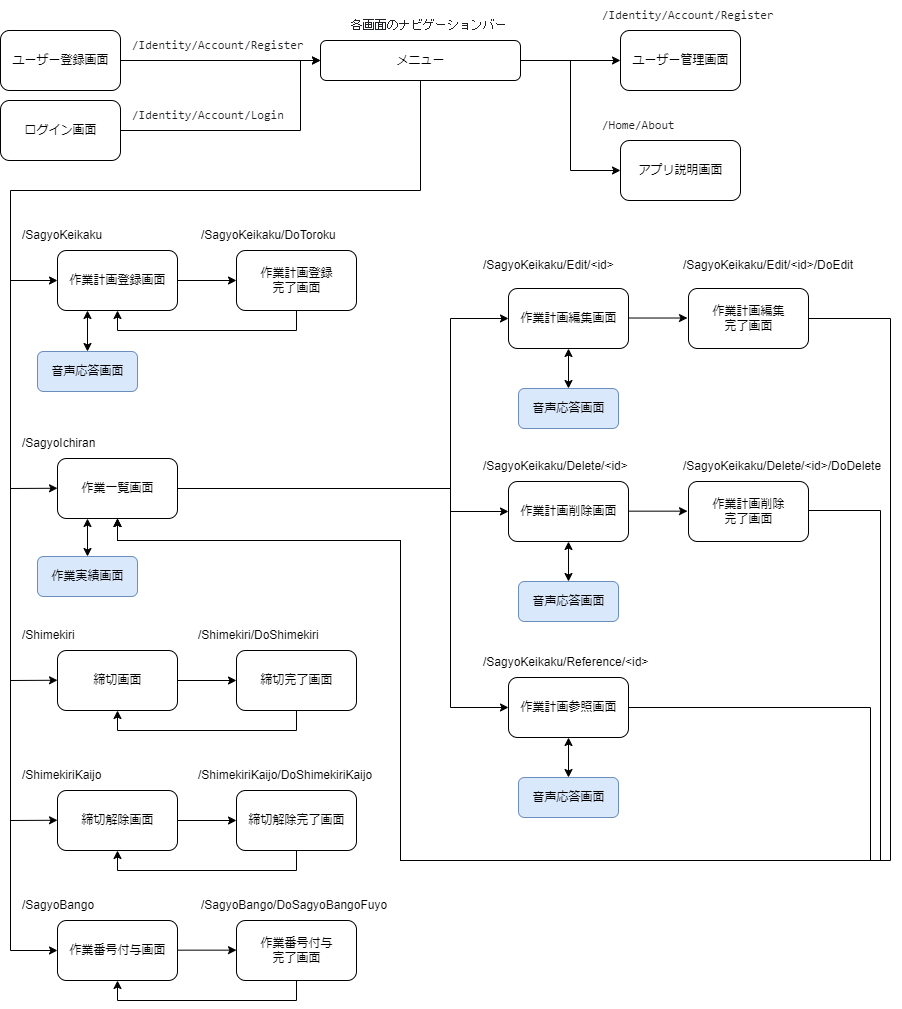
Earlier version of the draw.io export HoshuSagyo/wwwroot/images/アプリ説明/画面遷移図.png (kkkeisuke123/HoshuSagyo). Source tidied: cells renumbered, new cells last; positions are measured from the earlier drawing's top-left corner, leaving out a move shared by most shapes.
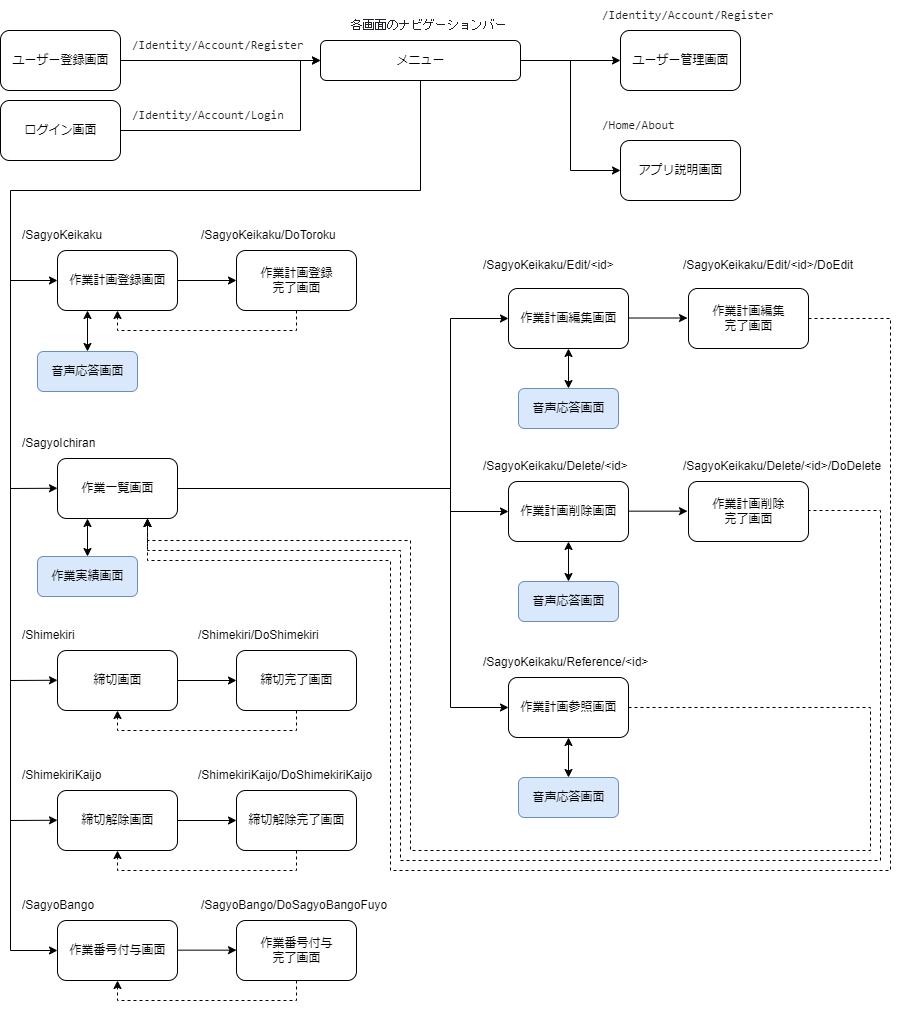
Later version of the same file.

Change to the diagram source:
```diff
@@ -43,7 +43,7 @@
     <mxCell id="11" value="メニュー" style="rounded=1;html=1;" parent="1" vertex="1">
       <mxGeometry x="320" y="40" width="200" height="40" as="geometry" />
     </mxCell>
-    <mxCell id="12" style="edgeStyle=orthogonalEdgeStyle;rounded=0;jettySize=auto;html=1;exitX=0.5;exitY=1;exitDx=0;exitDy=0;entryX=0.5;entryY=1;entryDx=0;entryDy=0;" parent="1" edge="1" source="13" target="7">
+    <mxCell id="12" style="edgeStyle=orthogonalEdgeStyle;rounded=0;jettySize=auto;html=1;exitX=0.5;exitY=1;exitDx=0;exitDy=0;entryX=0.5;entryY=1;entryDx=0;entryDy=0;dashed=1;" parent="1" edge="1" source="13" target="7">
       <mxGeometry relative="1" as="geometry" />
     </mxCell>
     <mxCell id="13" value="作業計画登録&lt;br&gt;完了画面" style="rounded=1;html=1;" parent="1" vertex="1">
@@ -52,14 +52,14 @@
     <mxCell id="14" value="作業計画編集画面" style="rounded=1;html=1;" parent="1" vertex="1">
       <mxGeometry x="508" y="288" width="120" height="60" as="geometry" />
     </mxCell>
-    <mxCell id="15" style="edgeStyle=orthogonalEdgeStyle;rounded=0;jettySize=auto;html=1;exitX=1;exitY=0.5;exitDx=0;exitDy=0;entryX=0.5;entryY=1;entryDx=0;entryDy=0;" parent="1" edge="1" source="16" target="24">
+    <mxCell id="15" style="edgeStyle=orthogonalEdgeStyle;rounded=0;jettySize=auto;html=1;exitX=1;exitY=0.5;exitDx=0;exitDy=0;entryX=0.75;entryY=1;entryDx=0;entryDy=0;dashed=1;" parent="1" edge="1" source="16" target="24">
       <mxGeometry relative="1" as="geometry">
         <Array as="points">
           <mxPoint x="890" y="318" />
-          <mxPoint x="890" y="860" />
-          <mxPoint x="400" y="860" />
-          <mxPoint x="400" y="540" />
-          <mxPoint x="117" y="540" />
+          <mxPoint x="890" y="870" />
+          <mxPoint x="390" y="870" />
+          <mxPoint x="390" y="560" />
+          <mxPoint x="147" y="560" />
         </Array>
       </mxGeometry>
     </mxCell>
@@ -72,15 +72,15 @@
     <mxCell id="18" value="作業計画参照画面" style="rounded=1;html=1;" parent="1" vertex="1">
       <mxGeometry x="508" y="677" width="120" height="60" as="geometry" />
     </mxCell>
-    <mxCell id="19" style="edgeStyle=orthogonalEdgeStyle;rounded=0;jettySize=auto;html=1;exitX=1;exitY=0.5;exitDx=0;exitDy=0;entryX=0.5;entryY=1;entryDx=0;entryDy=0;" parent="1" edge="1" source="20" target="24">
+    <mxCell id="19" style="edgeStyle=orthogonalEdgeStyle;rounded=0;jettySize=auto;html=1;exitX=1;exitY=0.5;exitDx=0;exitDy=0;entryX=0.75;entryY=1;entryDx=0;entryDy=0;dashed=1;" parent="1" edge="1" source="20" target="24">
       <mxGeometry relative="1" as="geometry">
         <Array as="points">
           <mxPoint x="808" y="510" />
           <mxPoint x="880" y="510" />
           <mxPoint x="880" y="860" />
           <mxPoint x="400" y="860" />
-          <mxPoint x="400" y="540" />
-          <mxPoint x="117" y="540" />
+          <mxPoint x="400" y="550" />
+          <mxPoint x="147" y="550" />
         </Array>
       </mxGeometry>
     </mxCell>
@@ -120,7 +120,7 @@
     <mxCell id="26" value="締切画面" style="rounded=1;html=1;verticalAlign=middle;" parent="1" vertex="1">
       <mxGeometry x="57" y="650" width="120" height="60" as="geometry" />
     </mxCell>
-    <mxCell id="27" style="edgeStyle=orthogonalEdgeStyle;rounded=0;jettySize=auto;html=1;exitX=0.5;exitY=1;exitDx=0;exitDy=0;entryX=0.5;entryY=1;entryDx=0;entryDy=0;" parent="1" edge="1" source="28" target="26">
+    <mxCell id="27" style="edgeStyle=orthogonalEdgeStyle;rounded=0;jettySize=auto;html=1;exitX=0.5;exitY=1;exitDx=0;exitDy=0;entryX=0.5;entryY=1;entryDx=0;entryDy=0;dashed=1;" parent="1" edge="1" source="28" target="26">
       <mxGeometry relative="1" as="geometry" />
     </mxCell>
     <mxCell id="28" value="締切完了画面" style="rounded=1;html=1;" parent="1" vertex="1">
@@ -132,13 +132,13 @@
     <mxCell id="30" value="締切解除画面" style="rounded=1;html=1;verticalAlign=middle;" parent="1" vertex="1">
       <mxGeometry x="57" y="790" width="120" height="60" as="geometry" />
     </mxCell>
-    <mxCell id="31" style="edgeStyle=orthogonalEdgeStyle;rounded=0;jettySize=auto;html=1;exitX=0.5;exitY=1;exitDx=0;exitDy=0;entryX=0.5;entryY=1;entryDx=0;entryDy=0;" parent="1" edge="1" source="32" target="30">
+    <mxCell id="31" style="edgeStyle=orthogonalEdgeStyle;rounded=0;jettySize=auto;html=1;exitX=0.5;exitY=1;exitDx=0;exitDy=0;entryX=0.5;entryY=1;entryDx=0;entryDy=0;dashed=1;" parent="1" edge="1" source="32" target="30">
       <mxGeometry relative="1" as="geometry" />
     </mxCell>
     <mxCell id="32" value="締切解除完了画面" style="rounded=1;html=1;" parent="1" vertex="1">
       <mxGeometry x="236" y="790" width="120" height="60" as="geometry" />
     </mxCell>
-    <mxCell id="33" style="edgeStyle=orthogonalEdgeStyle;rounded=0;jettySize=auto;html=1;exitX=0.5;exitY=1;exitDx=0;exitDy=0;entryX=0.5;entryY=1;entryDx=0;entryDy=0;" parent="1" edge="1" source="34" target="35">
+    <mxCell id="33" style="edgeStyle=orthogonalEdgeStyle;rounded=0;jettySize=auto;html=1;exitX=0.5;exitY=1;exitDx=0;exitDy=0;entryX=0.5;entryY=1;entryDx=0;entryDy=0;dashed=1;" parent="1" edge="1" source="34" target="35">
       <mxGeometry relative="1" as="geometry" />
     </mxCell>
     <mxCell id="34" value="作業番号付与&lt;br&gt;完了画面" style="rounded=1;html=1;" parent="1" vertex="1">
@@ -275,14 +275,14 @@
     <mxCell id="69" value="/SagyoKeikaku/Edit/&amp;lt;id&amp;gt;/DoEdit" style="text;html=1;align=left;verticalAlign=middle;strokeColor=none;fillColor=none;" parent="1" vertex="1">
       <mxGeometry x="681" y="250" width="190" height="30" as="geometry" />
     </mxCell>
-    <mxCell id="70" style="edgeStyle=orthogonalEdgeStyle;rounded=0;jettySize=auto;html=1;entryX=0.5;entryY=1;entryDx=0;entryDy=0;exitX=1;exitY=0.5;exitDx=0;exitDy=0;" parent="1" edge="1" source="18" target="24">
+    <mxCell id="70" style="edgeStyle=orthogonalEdgeStyle;rounded=0;jettySize=auto;html=1;entryX=0.75;entryY=1;entryDx=0;entryDy=0;exitX=1;exitY=0.5;exitDx=0;exitDy=0;dashed=1;" parent="1" edge="1" source="18" target="24">
       <mxGeometry relative="1" as="geometry">
         <Array as="points">
           <mxPoint x="870" y="707" />
-          <mxPoint x="870" y="860" />
-          <mxPoint x="400" y="860" />
-          <mxPoint x="400" y="540" />
-          <mxPoint x="117" y="540" />
+          <mxPoint x="870" y="850" />
+          <mxPoint x="410" y="850" />
+          <mxPoint x="410" y="540" />
+          <mxPoint x="147" y="540" />
         </Array>
       </mxGeometry>
     </mxCell>
```
